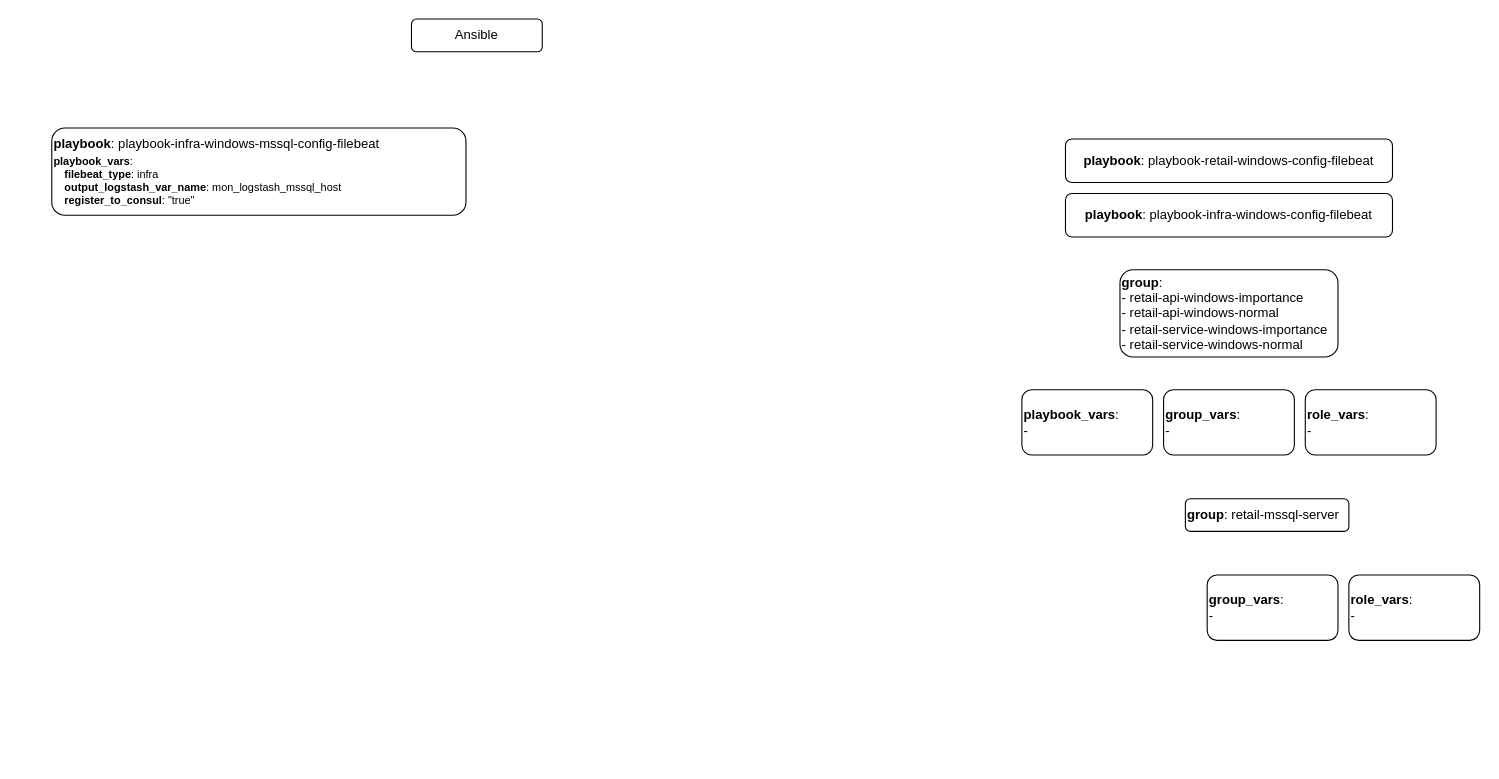
This is page "ansible-win-filebeat" (1 of 2) of kiotviet-observability-stack.drawio from khinhvuphiduong/diagrams.net, a draw.io file, before an edit. Source tidied: cells renumbered, new cells numbered last; positions are measured from the earlier drawing's top-left corner, leaving out a move shared by most shapes. Both pictures are drawn from the tidied source at 109%, with x=0, y=0 at pixel (51, 19).
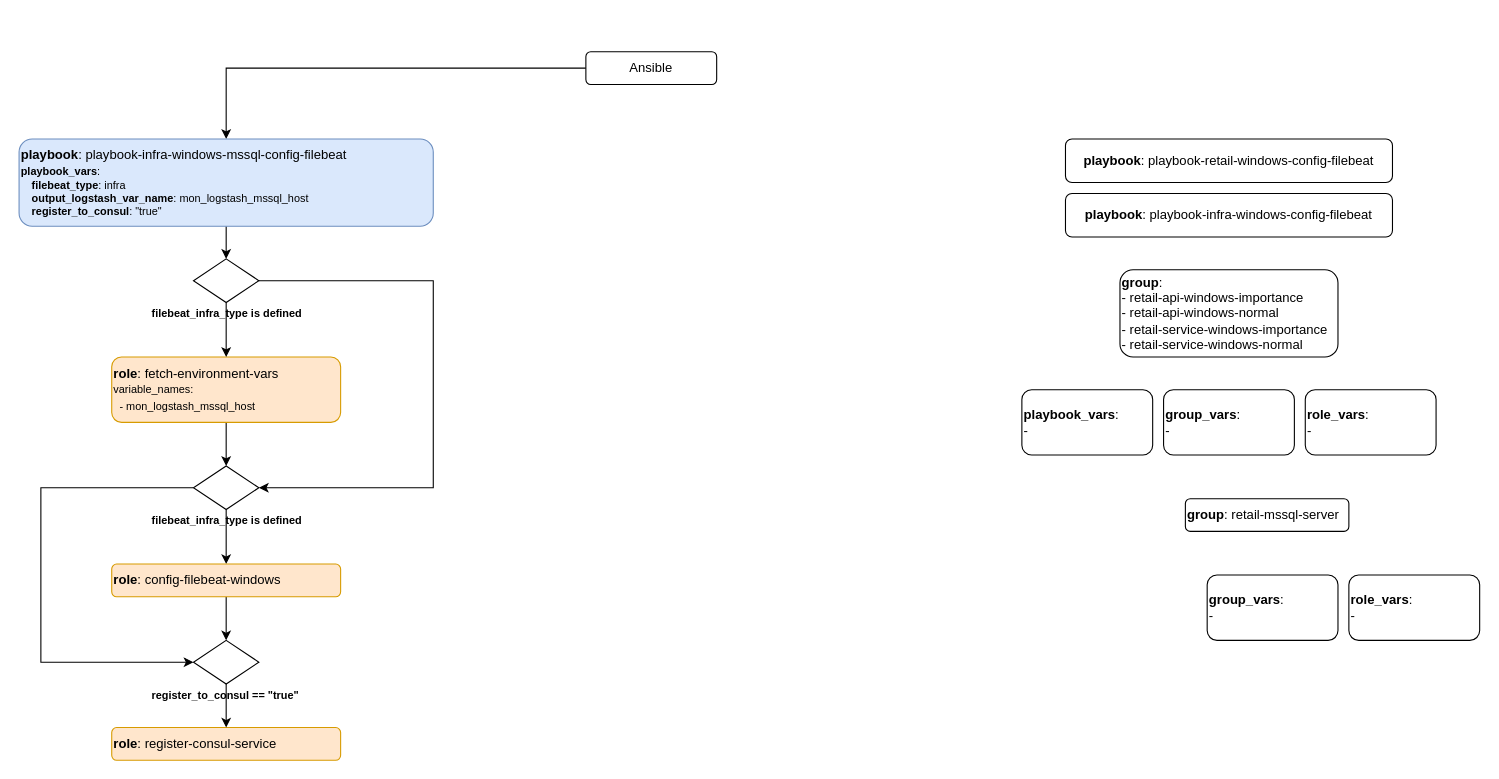
The same diagram, later.

Diff of the diagram source:
```diff
@@
+    <mxCell id="13" style="edgeStyle=orthogonalEdgeStyle;rounded=0;jettySize=auto;html=1;" parent="1" edge="1" source="2" target="3">
+      <mxGeometry relative="1" as="geometry" />
+    </mxCell>
     <mxCell id="2" value="Ansible" style="rounded=1;whiteSpace=wrap;html=1;" parent="1" vertex="1">
-      <mxGeometry x="330" width="120" height="30" as="geometry" />
+      <mxGeometry x="490" y="30" width="120" height="30" as="geometry" />
     </mxCell>
+    <mxCell id="14" style="edgeStyle=orthogonalEdgeStyle;rounded=0;jettySize=auto;html=1;entryX=0.5;entryY=0;entryDx=0;entryDy=0;" parent="1" edge="1" source="3" target="18">
+      <mxGeometry relative="1" as="geometry" />
+    </mxCell>
-    <mxCell id="3" value="&lt;b&gt;playbook&lt;/b&gt;:&amp;nbsp;playbook-infra-windows-mssql-config-filebeat&lt;div&gt;&lt;b style=&quot;color: light-dark(rgb(0, 0, 0), rgb(255, 255, 255)); font-size: 10px; background-color: transparent;&quot;&gt;playbook_vars&lt;/b&gt;&lt;span style=&quot;color: light-dark(rgb(0, 0, 0), rgb(255, 255, 255)); font-size: 10px; background-color: transparent;&quot;&gt;:&lt;/span&gt;&lt;br style=&quot;font-size: 10px;&quot;&gt;&lt;blockquote style=&quot;font-size: 10px; margin: 0px 0px 0px 10px; border: none; padding: 0px;&quot;&gt;&lt;span style=&quot;background-color: transparent; color: light-dark(rgb(0, 0, 0), rgb(255, 255, 255));&quot;&gt;&lt;b&gt;filebeat_type&lt;/b&gt;: infra&lt;br&gt;&lt;/span&gt;&lt;span style=&quot;background-color: transparent; color: light-dark(rgb(0, 0, 0), rgb(255, 255, 255));&quot;&gt;&lt;b&gt;output_logstash_var_name&lt;/b&gt;: mon_logstash_mssql_host&lt;/span&gt;&lt;div style=&quot;margin-right: 0px;&quot;&gt;&lt;b&gt;register_to_consul&lt;/b&gt;: &quot;true&quot;&lt;/div&gt;&lt;/blockquote&gt;&lt;/div&gt;" style="rounded=1;whiteSpace=wrap;html=1;align=left;" parent="1" vertex="1">
-      <mxGeometry y="100" width="380" height="80" as="geometry" />
+    <mxCell id="3" value="&lt;b&gt;playbook&lt;/b&gt;:&amp;nbsp;playbook-infra-windows-mssql-config-filebeat&lt;div&gt;&lt;b style=&quot;color: light-dark(rgb(0, 0, 0), rgb(255, 255, 255)); font-size: 10px; background-color: transparent;&quot;&gt;playbook_vars&lt;/b&gt;&lt;span style=&quot;color: light-dark(rgb(0, 0, 0), rgb(255, 255, 255)); font-size: 10px; background-color: transparent;&quot;&gt;:&lt;/span&gt;&lt;br style=&quot;font-size: 10px;&quot;&gt;&lt;blockquote style=&quot;font-size: 10px; margin: 0px 0px 0px 10px; border: none; padding: 0px;&quot;&gt;&lt;span style=&quot;background-color: transparent; color: light-dark(rgb(0, 0, 0), rgb(255, 255, 255));&quot;&gt;&lt;b&gt;filebeat_type&lt;/b&gt;: infra&lt;br&gt;&lt;/span&gt;&lt;span style=&quot;background-color: transparent; color: light-dark(rgb(0, 0, 0), rgb(255, 255, 255));&quot;&gt;&lt;b&gt;output_logstash_var_name&lt;/b&gt;: mon_logstash_mssql_host&lt;/span&gt;&lt;div style=&quot;margin-right: 0px;&quot;&gt;&lt;b&gt;register_to_consul&lt;/b&gt;: &quot;true&quot;&lt;/div&gt;&lt;/blockquote&gt;&lt;/div&gt;" style="rounded=1;whiteSpace=wrap;html=1;align=left;fillColor=#dae8fc;strokeColor=#6c8ebf;" parent="1" vertex="1">
+      <mxGeometry x="-30" y="110" width="380" height="80" as="geometry" />
     </mxCell>
@@
+    <mxCell id="15" style="edgeStyle=orthogonalEdgeStyle;rounded=0;jettySize=auto;html=1;entryX=0.5;entryY=0;entryDx=0;entryDy=0;" parent="1" edge="1" source="16" target="23">
+      <mxGeometry relative="1" as="geometry" />
+    </mxCell>
+    <mxCell id="16" value="&lt;b&gt;role&lt;/b&gt;:&amp;nbsp;fetch-environment-vars&lt;br&gt;&lt;div&gt;&lt;font style=&quot;font-size: 10px;&quot;&gt;variable_names:&amp;nbsp;&lt;/font&gt;&lt;/div&gt;&lt;div&gt;&lt;font style=&quot;font-size: 10px;&quot;&gt;&amp;nbsp; - mon_logstash_mssql_host&lt;/font&gt;&lt;/div&gt;" style="rounded=1;whiteSpace=wrap;html=1;align=left;fillColor=#ffe6cc;strokeColor=#d79b00;" parent="1" vertex="1">
+      <mxGeometry x="55" y="310" width="210" height="60" as="geometry" />
+    </mxCell>
+    <mxCell id="17" style="edgeStyle=orthogonalEdgeStyle;rounded=0;jettySize=auto;html=1;entryX=1;entryY=0.5;entryDx=0;entryDy=0;" parent="1" edge="1" source="18" target="23">
+      <mxGeometry relative="1" as="geometry">
+        <Array as="points">
+          <mxPoint x="350" y="240" />
+          <mxPoint x="350" y="430" />
+        </Array>
+      </mxGeometry>
+    </mxCell>
+    <mxCell id="18" style="rhombus;whiteSpace=wrap;html=1;" parent="1" vertex="1">
+      <mxGeometry x="130" y="220" width="60" height="40" as="geometry" />
+    </mxCell>
+    <mxCell id="19" style="edgeStyle=orthogonalEdgeStyle;rounded=0;jettySize=auto;html=1;entryX=0.5;entryY=0;entryDx=0;entryDy=0;" parent="1" edge="1" source="18" target="16">
+      <mxGeometry relative="1" as="geometry" />
+    </mxCell>
+    <mxCell id="20" value="filebeat_infra_type is defined" style="text;whiteSpace=wrap;fontStyle=1;fontSize=10;verticalAlign=middle;" parent="1" vertex="1">
+      <mxGeometry x="90" y="260" width="140" height="20" as="geometry" />
+    </mxCell>
+    <mxCell id="21" style="edgeStyle=orthogonalEdgeStyle;rounded=0;jettySize=auto;html=1;entryX=0.5;entryY=0;entryDx=0;entryDy=0;" parent="1" edge="1" source="23" target="26">
+      <mxGeometry relative="1" as="geometry" />
+    </mxCell>
+    <mxCell id="22" style="edgeStyle=orthogonalEdgeStyle;rounded=0;jettySize=auto;html=1;entryX=0;entryY=0.5;entryDx=0;entryDy=0;" parent="1" edge="1" source="23" target="29">
+      <mxGeometry relative="1" as="geometry">
+        <Array as="points">
+          <mxPoint x="-10" y="430" />
+          <mxPoint x="-10" y="590" />
+        </Array>
+      </mxGeometry>
+    </mxCell>
+    <mxCell id="23" style="rhombus;whiteSpace=wrap;html=1;" parent="1" vertex="1">
+      <mxGeometry x="130" y="410" width="60" height="40" as="geometry" />
+    </mxCell>
+    <mxCell id="24" value="filebeat_infra_type is defined" style="text;whiteSpace=wrap;fontStyle=1;fontSize=10;verticalAlign=middle;" parent="1" vertex="1">
+      <mxGeometry x="90" y="450" width="140" height="20" as="geometry" />
+    </mxCell>
+    <mxCell id="25" style="edgeStyle=orthogonalEdgeStyle;rounded=0;jettySize=auto;html=1;entryX=0.5;entryY=0;entryDx=0;entryDy=0;" parent="1" edge="1" source="26" target="29">
+      <mxGeometry relative="1" as="geometry" />
+    </mxCell>
+    <mxCell id="26" value="&lt;b&gt;role&lt;/b&gt;:&amp;nbsp;config-filebeat-windows" style="rounded=1;whiteSpace=wrap;html=1;align=left;fillColor=#ffe6cc;strokeColor=#d79b00;" parent="1" vertex="1">
+      <mxGeometry x="55" y="500" width="210" height="30" as="geometry" />
+    </mxCell>
+    <mxCell id="27" value="&lt;b&gt;role&lt;/b&gt;:&amp;nbsp;register-consul-service" style="rounded=1;whiteSpace=wrap;html=1;align=left;fillColor=#ffe6cc;strokeColor=#d79b00;" parent="1" vertex="1">
+      <mxGeometry x="55" y="650" width="210" height="30" as="geometry" />
+    </mxCell>
+    <mxCell id="28" style="edgeStyle=orthogonalEdgeStyle;rounded=0;jettySize=auto;html=1;entryX=0.5;entryY=0;entryDx=0;entryDy=0;" parent="1" edge="1" source="29" target="27">
+      <mxGeometry relative="1" as="geometry" />
+    </mxCell>
+    <mxCell id="29" style="rhombus;whiteSpace=wrap;html=1;" parent="1" vertex="1">
+      <mxGeometry x="130" y="570" width="60" height="40" as="geometry" />
+    </mxCell>
+    <mxCell id="30" value="register_to_consul == &quot;true&quot;" style="text;whiteSpace=wrap;verticalAlign=middle;fontStyle=1;fontSize=10;" parent="1" vertex="1">
+      <mxGeometry x="90" y="610" width="140" height="20" as="geometry" />
+    </mxCell>
```
